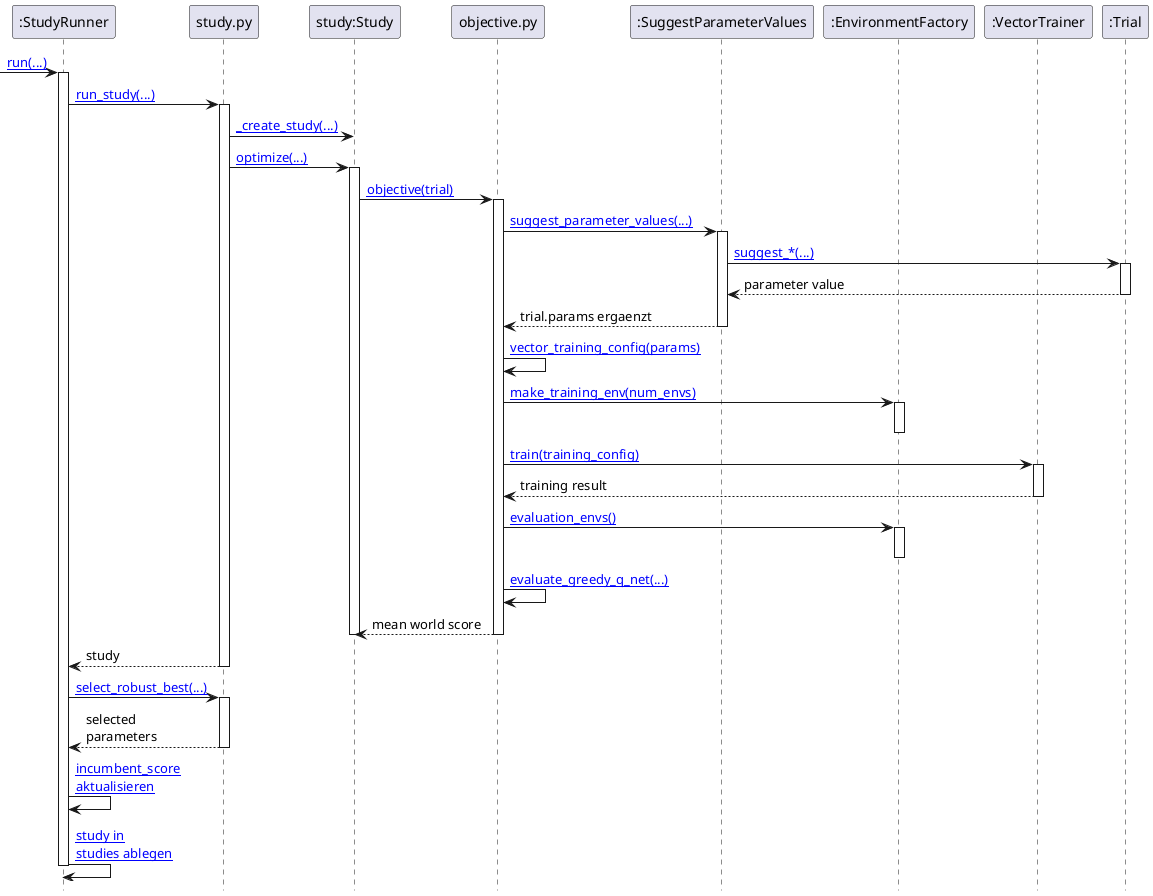
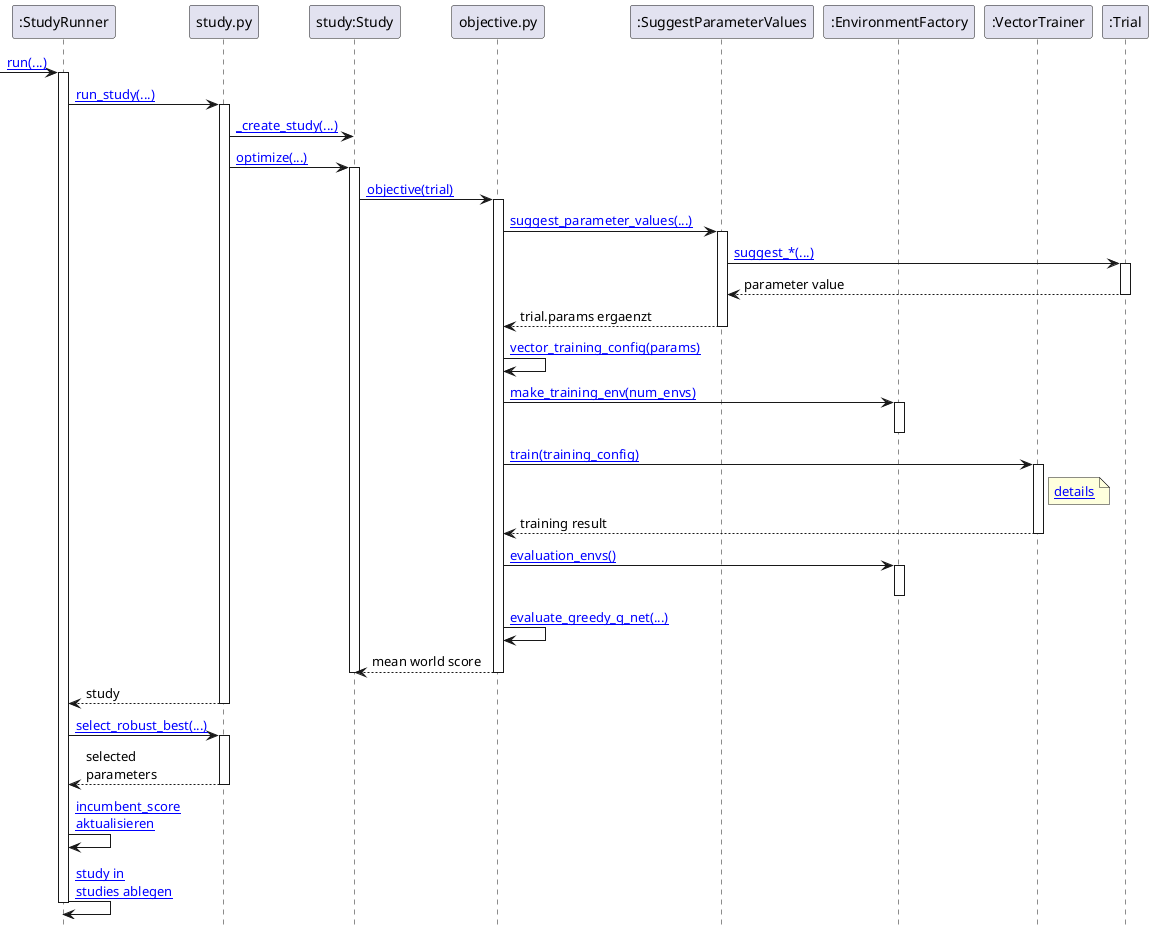
@startuml

hide footbox

participant ":StudyRunner" as runner
participant "study.py" as study_module
participant "study:Study" as study
participant "objective.py" as objective
participant ":SuggestParameterValues" as suggest_parameter_values
participant ":EnvironmentFactory" as environment_factory
participant ":VectorTrainer" as trainer
participant ":Trial" as trial

url of runner is [[vscode://file/C:/Users/mwehle/Documents/_P/KI/rl_lab/hpo/src/hpo/study.py:52:1]]
url of study_module is [[vscode://file/C:/Users/mwehle/Documents/_P/KI/rl_lab/hpo/src/hpo/study.py:1:1]]
url of study is [[vscode://file/C:/Users/mwehle/Documents/_P/KI/rl_lab/hpo/src/hpo/study.py:279:1]]
url of objective is [[vscode://file/C:/Users/mwehle/Documents/_P/KI/rl_lab/hpo/src/hpo/objective.py:134:1]]
url of suggest_parameter_values is [[vscode://file/C:/Users/mwehle/Documents/_P/KI/rl_lab/hpo/src/hpo/objective.py:19:1]]
url of environment_factory is [[vscode://file/C:/Users/mwehle/Documents/_P/KI/rl_lab/hpo/src/hpo/objective.py:23:1]]
url of trainer is [[vscode://file/C:/Users/mwehle/Documents/_P/KI/rl_lab/dqn/src/dqn/vector_training.py:115:1]]
url of trial is [[vscode://file/C:/Users/mwehle/Documents/_P/KI/rl_lab/hpo/src/hpo/objective.py:142:1]]

[-> runner : [[vscode://file/C:/Users/mwehle/Documents/_P/KI/rl_lab/hpo/src/hpo/study.py:71:1 run(...)]]
activate runner

runner -> study_module : [[vscode://file/C:/Users/mwehle/Documents/_P/KI/rl_lab/hpo/src/hpo/study.py:127:1 run_study(...)]]
activate study_module

study_module -> study : [[vscode://file/C:/Users/mwehle/Documents/_P/KI/rl_lab/hpo/src/hpo/study.py:279:1 _create_study(...)]]

study_module -> study : [[vscode://file/C:/Users/mwehle/Documents/_P/KI/rl_lab/hpo/src/hpo/study.py:173:1 optimize(...)]]
activate study

study -> objective : [[vscode://file/C:/Users/mwehle/Documents/_P/KI/rl_lab/hpo/src/hpo/objective.py:142:1 objective(trial)]]
activate objective

objective -> suggest_parameter_values : [[vscode://file/C:/Users/mwehle/Documents/_P/KI/rl_lab/hpo/src/hpo/objective.py:143:1 suggest_parameter_values(...)]]
activate suggest_parameter_values
suggest_parameter_values -> trial : [[https://optuna.readthedocs.io/en/stable/tutorial/10_key_features/002_configurations.html suggest_*(...)]]
activate trial
trial --> suggest_parameter_values : parameter value
deactivate trial
suggest_parameter_values --> objective : trial.params ergaenzt
deactivate suggest_parameter_values

objective -> objective : [[vscode://file/C:/Users/mwehle/Documents/_P/KI/rl_lab/hpo/src/hpo/objective.py:205:1 vector_training_config(params)]]

objective -> environment_factory : [[vscode://file/C:/Users/mwehle/Documents/_P/KI/rl_lab/hpo/src/hpo/objective.py:23:1 make_training_env(num_envs)]]
activate environment_factory
deactivate environment_factory

objective -> trainer : [[vscode://file/C:/Users/mwehle/Documents/_P/KI/rl_lab/dqn/src/dqn/vector_training.py:166:1 train(training_config)]]
activate trainer
+ note right of trainer
+     [[vscode://file/C:/Users/mwehle/Documents/_P/KI/rl_lab/dqn/vector_training.puml:1:1 details]]
+ end note
trainer --> objective : training result
deactivate trainer

objective -> environment_factory : [[vscode://file/C:/Users/mwehle/Documents/_P/KI/rl_lab/hpo/src/hpo/objective.py:26:1 evaluation_envs()]]
activate environment_factory
deactivate environment_factory

objective -> objective : [[vscode://file/C:/Users/mwehle/Documents/_P/KI/rl_lab/hpo/src/hpo/objective.py:221:1 evaluate_greedy_q_net(...)]]

objective --> study : mean world score
deactivate objective
deactivate study

study_module --> runner : study
deactivate study_module

runner -> study_module : [[vscode://file/C:/Users/mwehle/Documents/_P/KI/rl_lab/hpo/src/hpo/study.py:182:1 select_robust_best(...)]]
activate study_module
study_module --> runner : selected\nparameters
deactivate study_module

runner -> runner : [[vscode://file/C:/Users/mwehle/Documents/_P/KI/rl_lab/hpo/src/hpo/study.py:114:1 incumbent_score\naktualisieren]]
runner -> runner : [[vscode://file/C:/Users/mwehle/Documents/_P/KI/rl_lab/hpo/src/hpo/study.py:123:1 study in\nstudies ablegen]]
deactivate runner

@enduml
